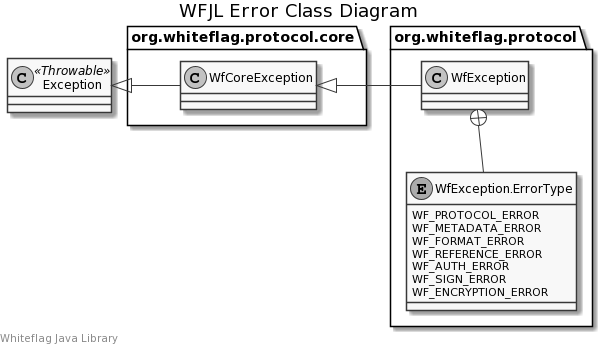
The PlantUML diagram docs/uml/errors.png in WhiteflagProtocol/whiteflag-java, before a commit. Source of this version:
```plantuml
@startuml
skinparam monochrome true
left footer  Whiteflag Java Library

title WFJL Error Class Diagram

class Exception <<Throwable>>

package org.whiteflag.protocol.core {
    class WfCoreException
}

package org.whiteflag.protocol {
    class WfException
    enum WfException.ErrorType {
        WF_PROTOCOL_ERROR
        WF_METADATA_ERROR
        WF_FORMAT_ERROR
        WF_REFERENCE_ERROR
        WF_AUTH_ERROR
        WF_SIGN_ERROR
        WF_ENCRYPTION_ERROR
    }
}

Exception <|- WfCoreException
WfCoreException <|- WfException
WfException +-- WfException.ErrorType
@enduml
```
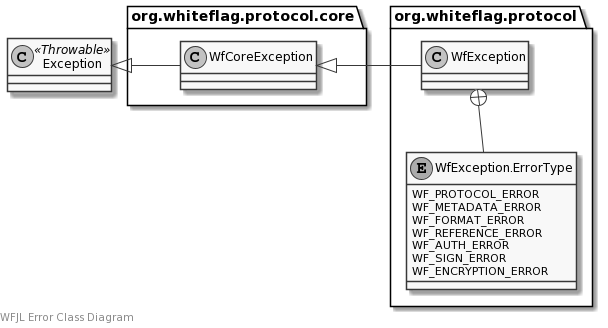
Above is the later version.

Commit message:
Cosmetic update to class diagrams

What changed in the source:
```diff
@@ -1,8 +1,7 @@
 @startuml
 skinparam monochrome true
-left footer  Whiteflag Java Library
 
-title WFJL Error Class Diagram
+left footer WFJL Error Class Diagram
 
 class Exception <<Throwable>>
 
```
